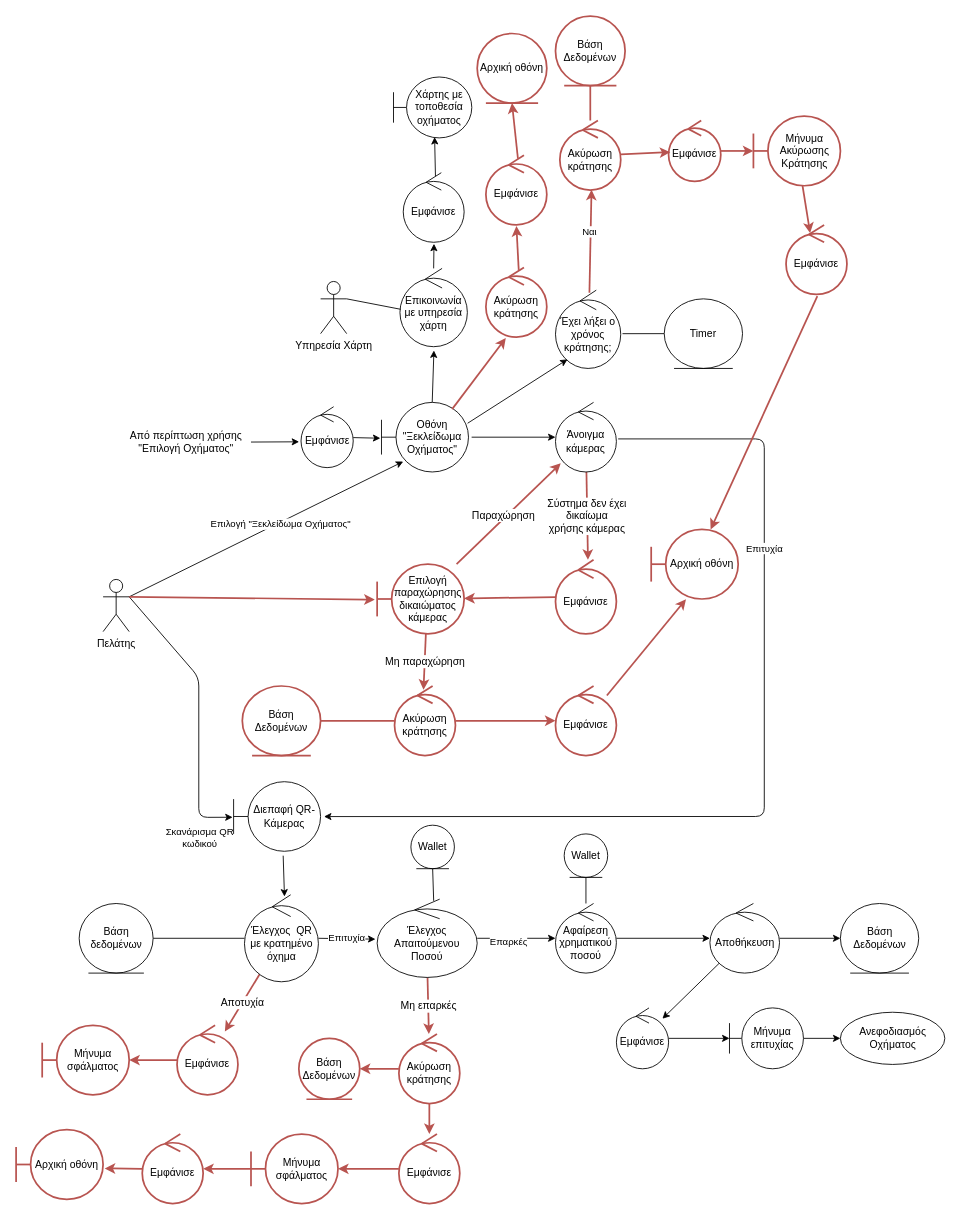
Above: Part_4/Robustness/diagrams/02_Ξεκλείδωμα_Οχήματος.drawio in Nikolis2002/texnoligia_logismikou (draw.io), before the change. Source tidied: cells renumbered, new cells numbered last; positions are measured from the earlier drawing's top-left corner, leaving out a move shared by most shapes. Both pictures are drawn from the tidied source at 87%, with x=0, y=0 at pixel (16, 16).
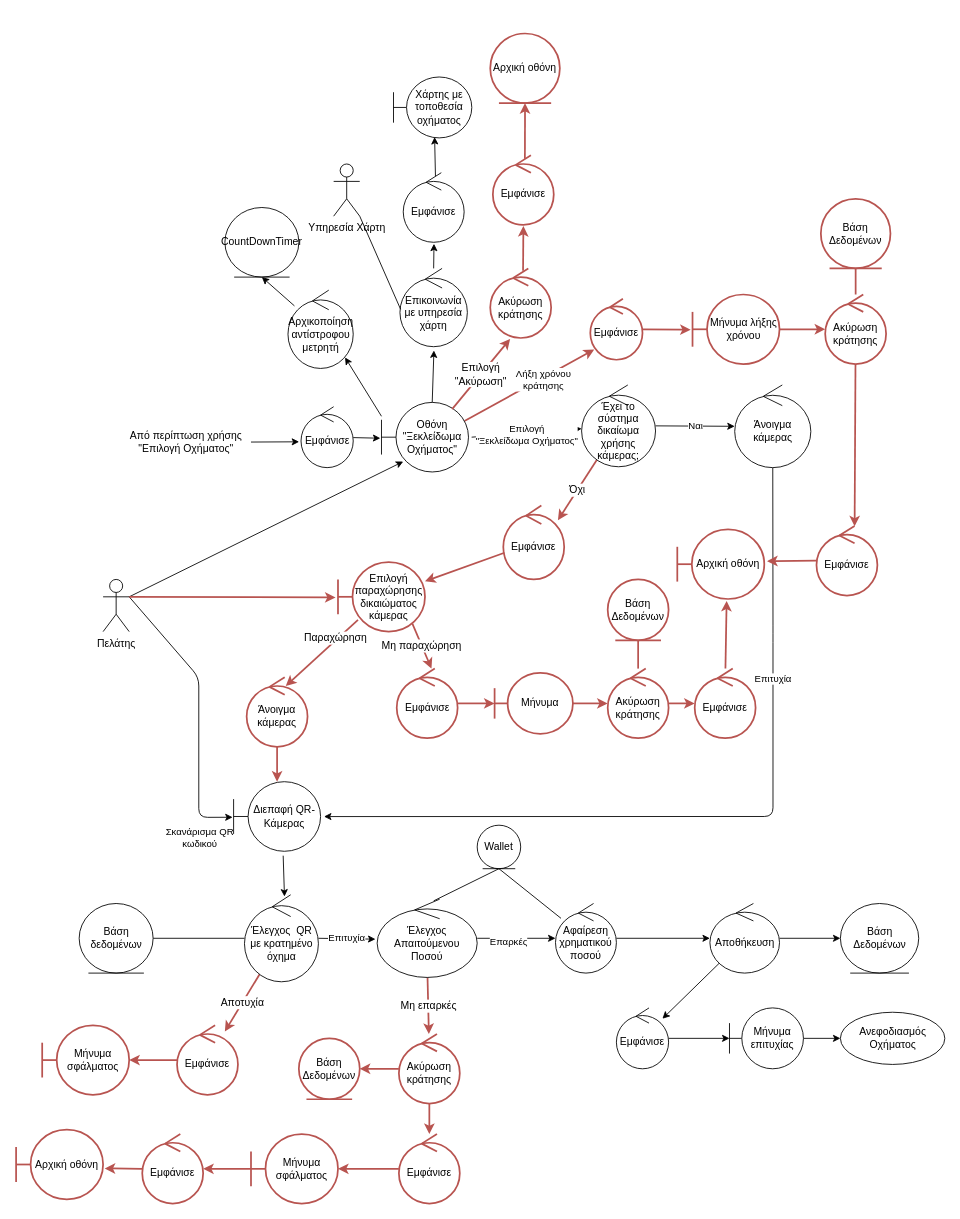
Above is the later version.

The change refers to these unchanged cells:
```xml
<mxCell id="2" style="edgeStyle=none;html=1;exitX=1;exitY=0.3333333333333333;exitDx=0;exitDy=0;exitPerimeter=0;entryX=0.25;entryY=0.85;entryDx=0;entryDy=0;entryPerimeter=0;" parent="1" edge="1" source="7" target="73">
  <mxGeometry relative="1" as="geometry" />
</mxCell>
<mxCell id="8" style="edgeStyle=none;html=1;exitX=1.036;exitY=0.5;exitDx=0;exitDy=0;exitPerimeter=0;" parent="1" edge="1" source="73" target="12">
  <mxGeometry relative="1" as="geometry" />
</mxCell>
<mxCell id="14" value="Διεπαφή QR-Κάμερας" style="shape=umlBoundary;whiteSpace=wrap;html=1;" parent="1" vertex="1">
  <mxGeometry x="250" y="880" width="100" height="80" as="geometry" />
</mxCell>
<mxCell id="22" value="Αφαίρεση χρηματικού ποσού" style="ellipse;shape=umlControl;whiteSpace=wrap;html=1;" parent="1" vertex="1">
  <mxGeometry x="620" y="1020" width="70" height="80" as="geometry" />
</mxCell>
<mxCell id="73" value="Οθόνη &quot;Ξεκλείδωμα Οχήματος&quot;" style="shape=umlBoundary;whiteSpace=wrap;html=1;" parent="1" vertex="1">
  <mxGeometry x="420" y="444" width="100" height="80" as="geometry" />
</mxCell>
<mxCell id="77" value="Επικοινωνία με υπηρεσία χάρτη" style="ellipse;shape=umlControl;whiteSpace=wrap;html=1;" parent="1" vertex="1">
  <mxGeometry x="441.2" y="290" width="77.5" height="90" as="geometry" />
</mxCell>
```

Change to the diagram source:
```diff
@@
-    <mxCell id="3" value="Επιλογή &quot;Ξεκλείδωμα Οχήματος&quot;" style="edgeLabel;html=1;align=center;verticalAlign=middle;" parent="2" vertex="1">
-      <mxGeometry x="0.1" y="-1" relative="1" as="geometry">
-        <mxPoint y="1" as="offset" />
-      </mxGeometry>
-    </mxCell>
@@
-    <mxCell id="9" value="Έχει λήξει ο χρόνος κράτησης;" style="ellipse;shape=umlControl;whiteSpace=wrap;html=1;" parent="1" vertex="1">
-      <mxGeometry x="620" y="315" width="75" height="90" as="geometry" />
-    </mxCell>
+    <mxCell id="3" value="Επιλογή&lt;br&gt;&quot;Ξεκλείδωμα Οχήματος&quot;" style="edgeLabel;html=1;align=center;verticalAlign=middle;" parent="8" vertex="1">
+      <mxGeometry x="-0.21" relative="1" as="geometry">
+        <mxPoint x="13" as="offset" />
+      </mxGeometry>
+    </mxCell>
-    <mxCell id="10" value="Επιτυχία" style="edgeStyle=none;html=1;exitX=1.029;exitY=0.525;exitDx=0;exitDy=0;exitPerimeter=0;entryX=1.039;entryY=0.501;entryDx=0;entryDy=0;entryPerimeter=0;" parent="1" edge="1" source="12" target="14">
+    <mxCell id="10" value="Επιτυχία" style="edgeStyle=none;html=1;entryX=1.039;entryY=0.501;entryDx=0;entryDy=0;entryPerimeter=0;" parent="1" edge="1" source="112" target="14">
       <mxGeometry x="-0.47" relative="1" as="geometry">
         <Array as="points">
-          <mxPoint x="860" y="486" />
-          <mxPoint x="860" y="920" />
+          <mxPoint x="870" y="710" />
+          <mxPoint x="870" y="920" />
         </Array>
       </mxGeometry>
     </mxCell>
-    <mxCell id="11" value="Σύστημα δεν έχει&lt;br&gt;δικαίωμα&lt;br&gt;χρήσης κάμερας" style="edgeStyle=none;html=1;entryX=0.533;entryY=0;entryDx=0;entryDy=0;entryPerimeter=0;fontSize=12;fillColor=none;strokeColor=#b85450;strokeWidth=2;" parent="1" edge="1" source="12" target="32">
+    <mxCell id="11" value="Όχι" style="edgeStyle=none;html=1;entryX=0.897;entryY=0.199;entryDx=0;entryDy=0;entryPerimeter=0;fontSize=12;fillColor=none;strokeColor=#b85450;strokeWidth=2;" parent="1" edge="1" source="12" target="32">
       <mxGeometry relative="1" as="geometry" />
     </mxCell>
+    <mxCell id="102" value="Ναι" style="edgeStyle=none;html=1;" parent="1" edge="1" source="12" target="112">
+      <mxGeometry relative="1" as="geometry" />
+    </mxCell>
-    <mxCell id="12" value="Άνοιγμα κάμερας" style="ellipse;shape=umlControl;whiteSpace=wrap;html=1;" parent="1" vertex="1">
-      <mxGeometry x="620" y="444" width="70" height="80" as="geometry" />
+    <mxCell id="12" value="Έχει το σύστημα δικαίωμα χρήσης κάμερας;" style="ellipse;shape=umlControl;whiteSpace=wrap;html=1;" parent="1" vertex="1">
+      <mxGeometry x="650" y="424" width="85" height="94" as="geometry" />
     </mxCell>
@@
-    <mxCell id="20" style="edgeStyle=none;html=1;endArrow=none;endFill=0;" parent="1" edge="1" source="22" target="23">
+    <mxCell id="20" style="edgeStyle=none;html=1;endArrow=none;endFill=0;entryX=0.5;entryY=1;entryDx=0;entryDy=0;" parent="1" edge="1" source="22" target="29">
       <mxGeometry relative="1" as="geometry" />
     </mxCell>
@@
-    <mxCell id="23" value="Wallet" style="ellipse;shape=umlEntity;whiteSpace=wrap;html=1;" parent="1" vertex="1">
-      <mxGeometry x="630" y="940" width="50" height="50" as="geometry" />
-    </mxCell>
@@
     <mxCell id="29" value="Wallet" style="ellipse;shape=umlEntity;whiteSpace=wrap;html=1;" parent="1" vertex="1">
-      <mxGeometry x="453.8" y="930" width="50" height="50" as="geometry" />
+      <mxGeometry x="530" y="930" width="50" height="50" as="geometry" />
     </mxCell>
@@
     <mxCell id="32" value="Εμφάνισε" style="ellipse;shape=umlControl;whiteSpace=wrap;html=1;fillColor=none;strokeColor=#b85450;strokeWidth=2;" parent="1" vertex="1">
-      <mxGeometry x="620" y="625" width="70" height="85" as="geometry" />
+      <mxGeometry x="560" y="562.5" width="70" height="85" as="geometry" />
     </mxCell>
-    <mxCell id="33" value="Μη παραχώρηση" style="edgeStyle=none;html=1;entryX=0.476;entryY=0.054;entryDx=0;entryDy=0;entryPerimeter=0;fontSize=12;fillColor=none;strokeColor=#b85450;strokeWidth=2;exitX=0.56;exitY=1;exitDx=0;exitDy=0;exitPerimeter=0;" parent="1" edge="1" source="35" target="38">
+    <mxCell id="33" value="Μη παραχώρηση" style="edgeStyle=none;html=1;fontSize=12;fillColor=none;strokeColor=#b85450;strokeWidth=2;exitX=0.855;exitY=0.886;exitDx=0;exitDy=0;exitPerimeter=0;entryX=0.571;entryY=0;entryDx=0;entryDy=0;entryPerimeter=0;" parent="1" edge="1" source="35" target="109">
       <mxGeometry relative="1" as="geometry" />
     </mxCell>
-    <mxCell id="34" value="Παραχώρηση" style="edgeStyle=none;html=1;endArrow=classic;endFill=1;fontSize=12;fillColor=none;strokeColor=#b85450;strokeWidth=2;entryX=0.086;entryY=0.875;entryDx=0;entryDy=0;entryPerimeter=0;" parent="1" edge="1" source="35" target="12">
-      <mxGeometry x="-0.06" y="3" relative="1" as="geometry" />
+    <mxCell id="34" value="Παραχώρηση" style="edgeStyle=none;html=1;endArrow=classic;endFill=1;fontSize=12;fillColor=none;strokeColor=#b85450;strokeWidth=2;entryX=0.643;entryY=0.125;entryDx=0;entryDy=0;entryPerimeter=0;exitX=0.23;exitY=0.831;exitDx=0;exitDy=0;exitPerimeter=0;" parent="1" edge="1" source="35" target="114">
+      <mxGeometry x="-0.39" y="-2" relative="1" as="geometry" />
     </mxCell>
     <mxCell id="35" value="Επιλογή παραχώρησης δικαιώματος κάμερας" style="shape=umlBoundary;whiteSpace=wrap;html=1;fillColor=none;strokeColor=#b85450;strokeWidth=2;" parent="1" vertex="1">
-      <mxGeometry x="415" y="630" width="100" height="80" as="geometry" />
+      <mxGeometry x="370" y="627.5" width="100" height="80" as="geometry" />
     </mxCell>
@@
     <mxCell id="38" value="Ακύρωση κράτησης" style="ellipse;shape=umlControl;whiteSpace=wrap;html=1;fillColor=none;strokeColor=#b85450;strokeWidth=2;" parent="1" vertex="1">
-      <mxGeometry x="435" y="770" width="70" height="80" as="geometry" />
+      <mxGeometry x="680" y="750" width="70" height="80" as="geometry" />
     </mxCell>
     <mxCell id="39" value="Βάση Δεδομένων" style="ellipse;shape=umlEntity;whiteSpace=wrap;html=1;fillColor=none;strokeColor=#b85450;strokeWidth=2;" parent="1" vertex="1">
-      <mxGeometry x="260" y="770" width="90" height="80" as="geometry" />
+      <mxGeometry x="680" y="647.5" width="70" height="70" as="geometry" />
     </mxCell>
-    <mxCell id="40" style="edgeStyle=none;html=1;endArrow=classic;endFill=1;fontSize=12;fillColor=none;strokeColor=#b85450;strokeWidth=2;entryX=0.4;entryY=1.003;entryDx=0;entryDy=0;entryPerimeter=0;" parent="1" edge="1" source="41" target="67">
+    <mxCell id="40" style="edgeStyle=none;html=1;endArrow=classic;endFill=1;fontSize=12;fillColor=none;strokeColor=#b85450;strokeWidth=2;entryX=0.567;entryY=1.027;entryDx=0;entryDy=0;entryPerimeter=0;" parent="1" edge="1" source="41" target="67">
       <mxGeometry relative="1" as="geometry" />
     </mxCell>
     <mxCell id="41" value="Εμφάνισε" style="ellipse;shape=umlControl;whiteSpace=wrap;html=1;fillColor=none;strokeColor=#b85450;strokeWidth=2;" parent="1" vertex="1">
-      <mxGeometry x="620" y="770" width="70" height="80" as="geometry" />
+      <mxGeometry x="780" y="750" width="70" height="80" as="geometry" />
     </mxCell>
@@
-    <mxCell id="59" style="edgeStyle=none;html=1;endArrow=classic;endFill=1;fontSize=12;fillColor=none;strokeColor=#b85450;strokeWidth=2;entryX=0.52;entryY=0.994;entryDx=0;entryDy=0;entryPerimeter=0;exitX=0.52;exitY=0.033;exitDx=0;exitDy=0;exitPerimeter=0;" parent="1" edge="1" source="9" target="64">
+    <mxCell id="59" style="edgeStyle=none;html=1;endArrow=classic;endFill=1;fontSize=12;fillColor=none;strokeColor=#b85450;strokeWidth=2;entryX=0.075;entryY=0.831;entryDx=0;entryDy=0;entryPerimeter=0;exitX=0.954;exitY=0.268;exitDx=0;exitDy=0;exitPerimeter=0;" parent="1" edge="1" source="73" target="92">
       <mxGeometry relative="1" as="geometry" />
     </mxCell>
-    <mxCell id="60" value="Ναι" style="edgeLabel;html=1;align=center;verticalAlign=middle;" parent="59" vertex="1">
+    <mxCell id="60" value="Λήξη χρόνου&lt;br&gt;κράτησης" style="edgeLabel;html=1;align=center;verticalAlign=middle;" parent="59" vertex="1">
       <mxGeometry x="0.24" y="-2" relative="1" as="geometry">
         <mxPoint x="-4" y="2" as="offset" />
       </mxGeometry>
     </mxCell>
-    <mxCell id="61" style="edgeStyle=none;html=1;entryX=0.396;entryY=0.118;entryDx=0;entryDy=0;entryPerimeter=0;fontSize=12;fillColor=none;strokeColor=#b85450;strokeWidth=2;" parent="1" edge="1" source="62" target="65">
-      <mxGeometry relative="1" as="geometry" />
-    </mxCell>
+    <mxCell id="103" style="edgeStyle=none;html=1;fontSize=12;strokeColor=#b85450;fillColor=none;strokeWidth=2;" parent="1" edge="1" source="62" target="64">
+      <mxGeometry relative="1" as="geometry" />
+    </mxCell>
-    <mxCell id="62" value="Μήνυμα Ακύρωσης Κράτησης" style="shape=umlBoundary;whiteSpace=wrap;html=1;fillColor=none;strokeColor=#b85450;strokeWidth=2;" parent="1" vertex="1">
-      <mxGeometry x="847.5" y="115" width="100" height="80" as="geometry" />
+    <mxCell id="62" value="Μήνυμα λήξης χρόνου" style="shape=umlBoundary;whiteSpace=wrap;html=1;fillColor=none;strokeColor=#b85450;strokeWidth=2;" parent="1" vertex="1">
+      <mxGeometry x="777.5" y="320" width="100" height="80" as="geometry" />
     </mxCell>
-    <mxCell id="63" style="edgeStyle=none;html=1;entryX=0.033;entryY=0.52;entryDx=0;entryDy=0;entryPerimeter=0;fontSize=12;fillColor=none;strokeColor=#b85450;strokeWidth=2;" parent="1" edge="1" source="64" target="92">
+    <mxCell id="63" style="edgeStyle=none;html=1;fontSize=12;fillColor=none;strokeColor=#b85450;strokeWidth=2;entryX=0.626;entryY=0.006;entryDx=0;entryDy=0;entryPerimeter=0;" parent="1" edge="1" source="64" target="65">
       <mxGeometry relative="1" as="geometry" />
     </mxCell>
     <mxCell id="64" value="Ακύρωση κράτησης" style="ellipse;shape=umlControl;whiteSpace=wrap;html=1;fillColor=none;strokeColor=#b85450;strokeWidth=2;" parent="1" vertex="1">
-      <mxGeometry x="625" y="120" width="70" height="80" as="geometry" />
+      <mxGeometry x="930" y="320" width="70" height="80" as="geometry" />
     </mxCell>
+    <mxCell id="69" style="edgeStyle=none;html=1;entryX=1.032;entryY=0.456;entryDx=0;entryDy=0;entryPerimeter=0;fontSize=12;strokeColor=#b85450;fillColor=none;strokeWidth=2;" parent="1" edge="1" source="65" target="67">
+      <mxGeometry relative="1" as="geometry" />
+    </mxCell>
     <mxCell id="65" value="Εμφάνισε" style="ellipse;shape=umlControl;whiteSpace=wrap;html=1;fillColor=none;strokeColor=#b85450;strokeWidth=2;" parent="1" vertex="1">
-      <mxGeometry x="885" y="240" width="70" height="80" as="geometry" />
+      <mxGeometry x="920" y="586" width="70" height="80" as="geometry" />
     </mxCell>
     <mxCell id="66" value="Βάση Δεδομένων" style="ellipse;shape=umlEntity;whiteSpace=wrap;html=1;fillColor=none;strokeColor=#b85450;strokeWidth=2;" parent="1" vertex="1">
-      <mxGeometry x="620" width="80" height="80" as="geometry" />
+      <mxGeometry x="925" y="210" width="80" height="80" as="geometry" />
     </mxCell>
     <mxCell id="67" value="Αρχική οθόνη" style="shape=umlBoundary;whiteSpace=wrap;html=1;fillColor=none;strokeColor=#b85450;strokeWidth=2;" parent="1" vertex="1">
-      <mxGeometry x="730" y="590" width="100" height="80" as="geometry" />
+      <mxGeometry x="760" y="590" width="100" height="80" as="geometry" />
     </mxCell>
@@
-    <mxCell id="69" style="edgeStyle=none;html=1;fontSize=12;fillColor=none;strokeColor=#b85450;strokeWidth=2;exitX=0.514;exitY=1.025;exitDx=0;exitDy=0;exitPerimeter=0;" parent="1" edge="1" source="65" target="67">
-      <mxGeometry relative="1" as="geometry" />
-    </mxCell>
-    <mxCell id="70" style="edgeStyle=none;html=1;entryX=-0.04;entryY=0.559;entryDx=0;entryDy=0;entryPerimeter=0;" parent="1" edge="1" target="9">
-      <mxGeometry relative="1" as="geometry" />
-    </mxCell>
-    <mxCell id="71" style="edgeStyle=none;html=1;entryX=0.184;entryY=0.884;entryDx=0;entryDy=0;entryPerimeter=0;exitX=0.99;exitY=0.3;exitDx=0;exitDy=0;exitPerimeter=0;" parent="1" edge="1" source="73" target="9">
-      <mxGeometry relative="1" as="geometry" />
-    </mxCell>
@@
+    <mxCell id="104" style="edgeStyle=none;html=1;entryX=0.875;entryY=0.859;entryDx=0;entryDy=0;entryPerimeter=0;" parent="1" edge="1" target="106">
+      <mxGeometry relative="1" as="geometry">
+        <mxPoint x="420" y="460" as="sourcePoint" />
+      </mxGeometry>
+    </mxCell>
@@
-    <mxCell id="78" style="edgeStyle=none;html=1;exitX=1;exitY=0.3333333333333333;exitDx=0;exitDy=0;exitPerimeter=0;entryX=0.01;entryY=0.522;entryDx=0;entryDy=0;entryPerimeter=0;endArrow=none;endFill=0;" parent="1" edge="1" source="79" target="77">
+    <mxCell id="78" style="edgeStyle=none;html=1;exitX=1;exitY=1;exitDx=0;exitDy=0;exitPerimeter=0;entryX=0.01;entryY=0.522;entryDx=0;entryDy=0;entryPerimeter=0;endArrow=none;endFill=0;" parent="1" edge="1" source="79" target="77">
       <mxGeometry relative="1" as="geometry" />
     </mxCell>
     <mxCell id="79" value="Υπηρεσία Χάρτη" style="shape=umlActor;verticalLabelPosition=bottom;verticalAlign=top;html=1;" parent="1" vertex="1">
-      <mxGeometry x="350" y="305" width="30" height="60" as="geometry" />
+      <mxGeometry x="365" y="170" width="30" height="60" as="geometry" />
     </mxCell>
@@
-    <mxCell id="88" style="edgeStyle=none;html=1;exitX=1.027;exitY=0.556;exitDx=0;exitDy=0;exitPerimeter=0;entryX=0;entryY=0.5;entryDx=0;entryDy=0;endArrow=none;endFill=0;" parent="1" edge="1" source="9" target="89">
-      <mxGeometry relative="1" as="geometry" />
-    </mxCell>
-    <mxCell id="89" value="Timer" style="ellipse;shape=umlEntity;whiteSpace=wrap;html=1;" parent="1" vertex="1">
-      <mxGeometry x="745" y="325" width="90" height="80" as="geometry" />
-    </mxCell>
@@
-    <mxCell id="91" style="edgeStyle=none;html=1;fontSize=12;fillColor=none;strokeColor=#b85450;strokeWidth=2;" parent="1" edge="1" source="92" target="62">
+    <mxCell id="91" style="edgeStyle=none;html=1;fontSize=12;fillColor=none;strokeColor=#b85450;strokeWidth=2;entryX=-0.021;entryY=0.505;entryDx=0;entryDy=0;entryPerimeter=0;" parent="1" edge="1" source="92" target="62">
       <mxGeometry relative="1" as="geometry" />
     </mxCell>
     <mxCell id="92" value="Εμφάνισε" style="ellipse;shape=umlControl;whiteSpace=wrap;html=1;fillColor=none;strokeColor=#b85450;strokeWidth=2;" parent="1" vertex="1">
-      <mxGeometry x="750" y="120" width="60" height="70" as="geometry" />
+      <mxGeometry x="660" y="325" width="60" height="70" as="geometry" />
     </mxCell>
@@
     <mxCell id="96" value="Ακύρωση κράτησης" style="ellipse;shape=umlControl;whiteSpace=wrap;html=1;fillColor=none;strokeColor=#b85450;strokeWidth=2;" parent="1" vertex="1">
-      <mxGeometry x="540" y="289" width="70" height="80" as="geometry" />
+      <mxGeometry x="545" y="290" width="70" height="80" as="geometry" />
     </mxCell>
     <mxCell id="97" value="Εμφάνισε" style="ellipse;shape=umlControl;whiteSpace=wrap;html=1;fillColor=none;strokeColor=#b85450;strokeWidth=2;" parent="1" vertex="1">
-      <mxGeometry x="540" y="160" width="70" height="80" as="geometry" />
+      <mxGeometry x="548" y="160" width="70" height="80" as="geometry" />
     </mxCell>
     <mxCell id="98" value="Αρχική οθόνη" style="ellipse;shape=umlEntity;whiteSpace=wrap;html=1;fillColor=none;strokeColor=#b85450;strokeWidth=2;" parent="1" vertex="1">
-      <mxGeometry x="530" y="20" width="80" height="80" as="geometry" />
+      <mxGeometry x="545" y="20" width="80" height="80" as="geometry" />
     </mxCell>
-    <mxCell id="99" style="edgeStyle=none;html=1;exitX=0.812;exitY=0.097;exitDx=0;exitDy=0;exitPerimeter=0;entryX=0.327;entryY=1.013;entryDx=0;entryDy=0;entryPerimeter=0;fontSize=12;fillColor=none;strokeColor=#b85450;strokeWidth=2;" parent="1" edge="1" source="73" target="96">
+    <mxCell id="99" value="Επιλογή&lt;br&gt;&quot;Ακύρωση&quot;" style="edgeStyle=none;html=1;exitX=0.812;exitY=0.097;exitDx=0;exitDy=0;exitPerimeter=0;entryX=0.327;entryY=1.013;entryDx=0;entryDy=0;entryPerimeter=0;fontSize=12;fillColor=none;strokeColor=#b85450;strokeWidth=2;" parent="1" edge="1" source="73" target="96">
       <mxGeometry relative="1" as="geometry" />
     </mxCell>
@@
+    <mxCell id="105" style="edgeStyle=none;html=1;entryX=0.5;entryY=1;entryDx=0;entryDy=0;" parent="1" edge="1" source="106" target="107">
+      <mxGeometry relative="1" as="geometry" />
+    </mxCell>
+    <mxCell id="106" value="Αρχικοποίηση&lt;br&gt;αντίστροφου&lt;br&gt;μετρητή" style="ellipse;shape=umlControl;whiteSpace=wrap;html=1;" parent="1" vertex="1">
+      <mxGeometry x="312.5" y="315" width="75" height="90" as="geometry" />
+    </mxCell>
+    <mxCell id="107" value="CountDownTimer" style="ellipse;shape=umlEntity;whiteSpace=wrap;html=1;" parent="1" vertex="1">
+      <mxGeometry x="240" y="220" width="85" height="80" as="geometry" />
+    </mxCell>
+    <mxCell id="108" style="edgeStyle=none;html=1;fontSize=12;strokeColor=#b85450;fillColor=none;strokeWidth=2;" parent="1" edge="1" source="109" target="111">
+      <mxGeometry relative="1" as="geometry" />
+    </mxCell>
+    <mxCell id="109" value="Εμφάνισε" style="ellipse;shape=umlControl;whiteSpace=wrap;html=1;fillColor=none;strokeColor=#b85450;strokeWidth=2;" parent="1" vertex="1">
+      <mxGeometry x="437.5" y="750" width="70" height="80" as="geometry" />
+    </mxCell>
+    <mxCell id="110" style="edgeStyle=none;html=1;fontSize=12;strokeColor=#b85450;fillColor=none;strokeWidth=2;" parent="1" edge="1" source="111" target="38">
+      <mxGeometry relative="1" as="geometry" />
+    </mxCell>
+    <mxCell id="111" value="Μήνυμα" style="shape=umlBoundary;whiteSpace=wrap;html=1;fillColor=none;strokeColor=#b85450;strokeWidth=2;" parent="1" vertex="1">
+      <mxGeometry x="550" y="755" width="90" height="70" as="geometry" />
+    </mxCell>
+    <mxCell id="112" value="Άνοιγμα κάμερας" style="ellipse;shape=umlControl;whiteSpace=wrap;html=1;" parent="1" vertex="1">
+      <mxGeometry x="826" y="424" width="87.5" height="95" as="geometry" />
+    </mxCell>
+    <mxCell id="113" style="edgeStyle=none;html=1;fontSize=12;strokeColor=#b85450;fillColor=none;strokeWidth=2;" parent="1" edge="1" source="114" target="14">
+      <mxGeometry relative="1" as="geometry" />
+    </mxCell>
+    <mxCell id="114" value="Άνοιγμα κάμερας" style="ellipse;shape=umlControl;whiteSpace=wrap;html=1;fillColor=none;strokeColor=#b85450;strokeWidth=2;" parent="1" vertex="1">
+      <mxGeometry x="265" y="760" width="70" height="80" as="geometry" />
+    </mxCell>
```
